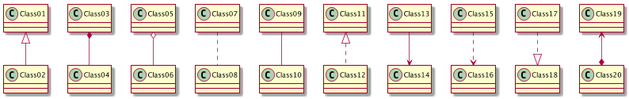
dodo5522/solar_monitor keeps this PlantUML diagram as doc/class.png. Above is the earlier version. Its diagram source:
```plantuml
@startuml
scale 800 width
Class01 <|-- Class02
Class03 *-- Class04
Class05 o-- Class06
Class07 .. Class08
Class09 -- Class10
Class11 <|.. Class12
Class13 --> Class14
Class15 ..> Class16
Class17 ..|> Class18
Class19 <--* Class20
@enduml
```
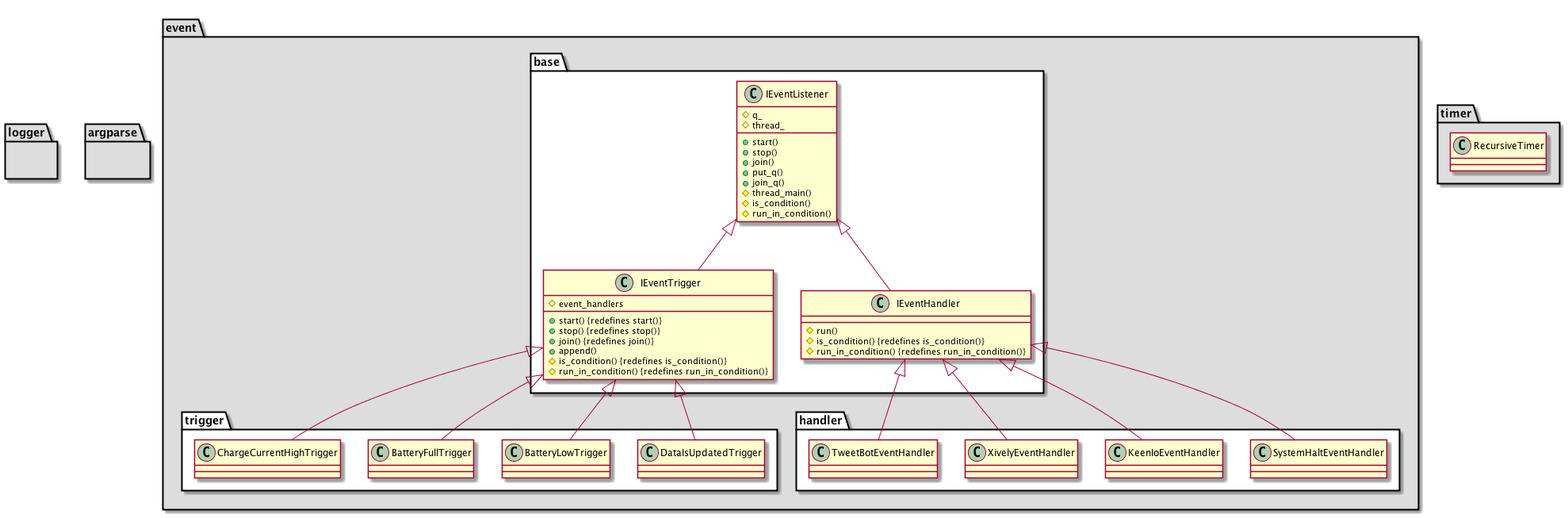
The same file after the commit.

Commit message:
Update class diagram according to the latet env.

Diff of the diagram source:
```diff
@@ -1,13 +1,79 @@
 @startuml
-scale 800 width
-Class01 <|-- Class02
-Class03 *-- Class04
-Class05 o-- Class06
-Class07 .. Class08
-Class09 -- Class10
-Class11 <|.. Class12
-Class13 --> Class14
-Class15 ..> Class16
-Class17 ..|> Class18
-Class19 <--* Class20
+
+package event #DDDDDD {
+    package base #FFFFFF {
+        class IEventListener {
+            #q_
+            #thread_
+            +start()
+            +stop()
+            +join()
+            +put_q()
+            +join_q()
+            #thread_main()
+            #is_condition()
+            #run_in_condition()
+        }
+        class IEventTrigger {
+            #event_handlers
+            +start() {redefines start()}
+            +stop() {redefines stop()}
+            +join() {redefines join()}
+            +append()
+            #is_condition() {redefines is_condition()}
+            #run_in_condition() {redefines run_in_condition()}
+        }
+        class IEventHandler {
+            #run()
+            #is_condition() {redefines is_condition()}
+            #run_in_condition() {redefines run_in_condition()}
+        }
+
+        IEventListener <|-- IEventTrigger
+        IEventListener <|-- IEventHandler
+    }
+
+    package trigger #FFFFFF {
+        class DataIsUpdatedTrigger {
+        }
+        class BatteryLowTrigger {
+        }
+        class BatteryFullTrigger {
+        }
+        class ChargeCurrentHighTrigger {
+        }
+
+        IEventTrigger <|-- DataIsUpdatedTrigger
+        IEventTrigger <|-- BatteryLowTrigger
+        IEventTrigger <|-- BatteryFullTrigger
+        IEventTrigger <|-- ChargeCurrentHighTrigger
+    }
+
+    package handler #FFFFFF {
+        class SystemHaltEventHandler {
+        }
+        class KeenIoEventHandler {
+        }
+        class XivelyEventHandler {
+        }
+        class TweetBotEventHandler {
+        }
+
+        IEventHandler <|-- SystemHaltEventHandler
+        IEventHandler <|-- KeenIoEventHandler
+        IEventHandler <|-- XivelyEventHandler
+        IEventHandler <|-- TweetBotEventHandler
+    }
+}
+
+package timer #DDDDDD {
+    class RecursiveTimer {
+    }
+}
+
+package logger #DDDDDD {
+}
+
+package argparse #DDDDDD {
+}
 @enduml
```
